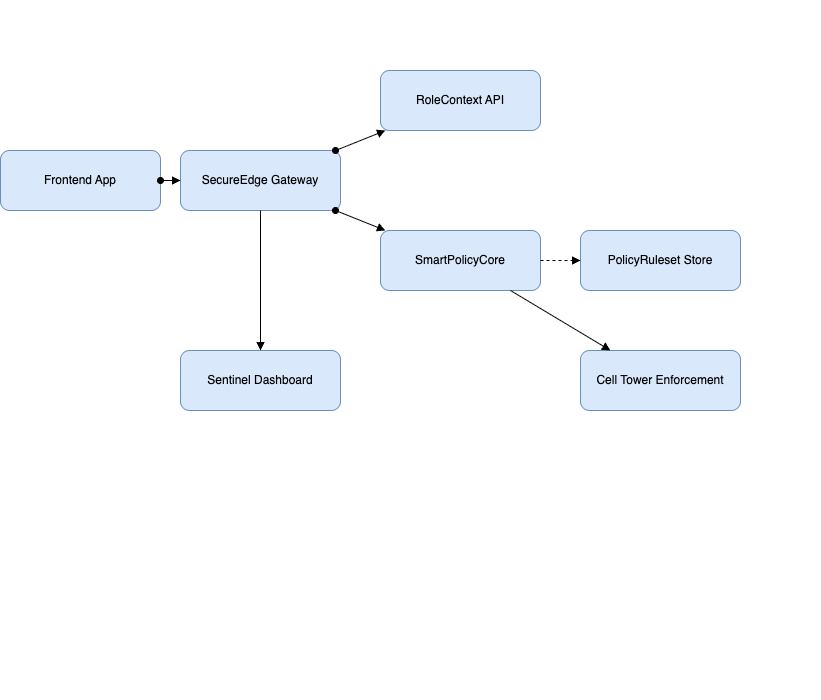
jshah99/intelligent-network-access keeps this draw.io diagram as telecom-mission-control-ui/architecture/data-flows/policy-reactor/policy-reactor.png. Above is the earlier version. Source tidied: cells renumbered, new cells last; positions are measured from the earlier drawing's top-left corner, leaving out a move shared by most shapes. Source of this version:
```xml
<mxGraphModel>
  <root>
    <mxCell id="0" />
    <mxCell id="1" parent="0" />
    <mxCell id="2" value="&#10;&#10;&#10;&#10;&#10;&#10;&#10;&#10;&#10;&#10;&#10;&#10;&#10;&#10;&#10;&#10;&#10;&#10;&#10;&#10;&#10;&#10;&#10;&#10;&#10;&#10;&#10;&#10;" style="text;whiteSpace=wrap;html=1;" parent="1" vertex="1">
      <mxGeometry x="790" width="30" height="430" as="geometry" />
    </mxCell>
    <mxCell id="3" value="&#10;&#10;&#10;&#10;&#10;&#10;&#10;&#10;&#10;&#10;&#10;&#10;&#10;&#10;&#10;&#10;&#10;&#10;&#10;&#10;&#10;&#10;&#10;&#10;&#10;&#10;&#10;&#10;" style="text;whiteSpace=wrap;html=1;" parent="1" vertex="1">
      <mxGeometry x="280" y="20" width="130" height="430" as="geometry" />
    </mxCell>
    <mxCell id="4" value="&#10;&#10;&#10;&#10;&#10;&#10;&#10;&#10;&#10;&#10;&#10;&#10;&#10;&#10;&#10;&#10;&#10;&#10;&#10;&#10;&#10;&#10;&#10;&#10;&#10;&#10;&#10;&#10;" style="text;whiteSpace=wrap;html=1;" parent="1" vertex="1">
      <mxGeometry x="680" y="270" width="30" height="430" as="geometry" />
    </mxCell>
    <mxCell id="5" value="Frontend App" style="shape=rectangle;whiteSpace=wrap;html=1;rounded=1;fillColor=#DAE8FC;strokeColor=#6C8EBF;" parent="1" vertex="1">
      <mxGeometry y="150" width="160" height="60" as="geometry" />
    </mxCell>
    <mxCell id="6" value="SecureEdge Gateway" style="shape=rectangle;whiteSpace=wrap;html=1;rounded=1;fillColor=#DAE8FC;strokeColor=#6C8EBF;" parent="1" vertex="1">
      <mxGeometry x="180" y="150" width="160" height="60" as="geometry" />
    </mxCell>
    <mxCell id="7" value="RoleContext API" style="shape=rectangle;whiteSpace=wrap;html=1;rounded=1;fillColor=#DAE8FC;strokeColor=#6C8EBF;" parent="1" vertex="1">
      <mxGeometry x="380" y="70" width="160" height="60" as="geometry" />
    </mxCell>
    <mxCell id="8" value="SmartPolicyCore" style="shape=rectangle;whiteSpace=wrap;html=1;rounded=1;fillColor=#DAE8FC;strokeColor=#6C8EBF;" parent="1" vertex="1">
      <mxGeometry x="380" y="230" width="160" height="60" as="geometry" />
    </mxCell>
    <mxCell id="9" value="PolicyRuleset Store" style="shape=rectangle;whiteSpace=wrap;html=1;rounded=1;fillColor=#DAE8FC;strokeColor=#6C8EBF;" parent="1" vertex="1">
      <mxGeometry x="580" y="230" width="160" height="60" as="geometry" />
    </mxCell>
    <mxCell id="10" value="Cell Tower Enforcement" style="shape=rectangle;whiteSpace=wrap;html=1;rounded=1;fillColor=#DAE8FC;strokeColor=#6C8EBF;" parent="1" vertex="1">
      <mxGeometry x="580" y="350" width="160" height="60" as="geometry" />
    </mxCell>
    <mxCell id="11" value="Sentinel Dashboard" style="shape=rectangle;whiteSpace=wrap;html=1;rounded=1;fillColor=#DAE8FC;strokeColor=#6C8EBF;" parent="1" vertex="1">
      <mxGeometry x="180" y="350" width="160" height="60" as="geometry" />
    </mxCell>
    <mxCell id="12" style="endArrow=block;startArrow=oval;html=1;" parent="1" edge="1" source="5" target="6">
      <mxGeometry relative="1" as="geometry" />
    </mxCell>
    <mxCell id="13" style="endArrow=block;startArrow=oval;html=1;" parent="1" edge="1" source="6" target="7">
      <mxGeometry relative="1" as="geometry" />
    </mxCell>
    <mxCell id="14" style="endArrow=block;startArrow=oval;html=1;" parent="1" edge="1" source="6" target="8">
      <mxGeometry relative="1" as="geometry" />
    </mxCell>
    <mxCell id="15" style="endArrow=block;html=1;dashed=1;strokeColor=#000000;" parent="1" edge="1" source="8" target="9">
      <mxGeometry relative="1" as="geometry" />
    </mxCell>
    <mxCell id="16" style="endArrow=block;html=1;" parent="1" edge="1" source="8" target="10">
      <mxGeometry relative="1" as="geometry" />
    </mxCell>
    <mxCell id="17" style="endArrow=block;html=1;" parent="1" edge="1" source="6" target="11">
      <mxGeometry relative="1" as="geometry" />
    </mxCell>
  </root>
</mxGraphModel>
```
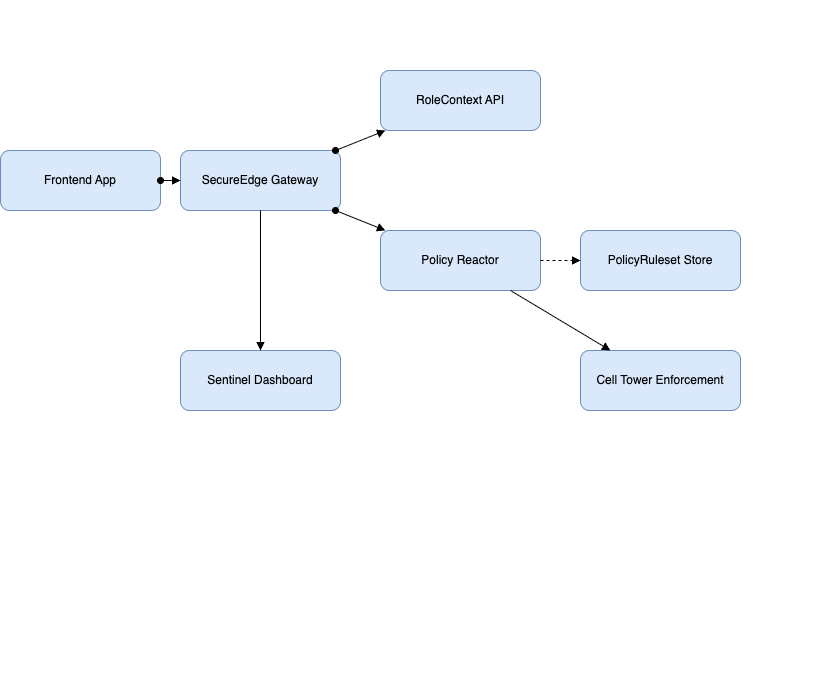
After the change.

Change to the diagram source:
```diff
@@ -20,9 +20,9 @@
     <mxCell id="7" value="RoleContext API" style="shape=rectangle;whiteSpace=wrap;html=1;rounded=1;fillColor=#DAE8FC;strokeColor=#6C8EBF;" parent="1" vertex="1">
       <mxGeometry x="380" y="70" width="160" height="60" as="geometry" />
     </mxCell>
-    <mxCell id="8" value="SmartPolicyCore" style="shape=rectangle;whiteSpace=wrap;html=1;rounded=1;fillColor=#DAE8FC;strokeColor=#6C8EBF;" parent="1" vertex="1">
-      <mxGeometry x="380" y="230" width="160" height="60" as="geometry" />
-    </mxCell>
+    <mxCell id="18" value="Policy Reactor" style="shape=rectangle;whiteSpace=wrap;html=1;rounded=1;fillColor=#DAE8FC;strokeColor=#6C8EBF;" parent="1" vertex="1">
+      <mxGeometry x="380" y="230" width="160" height="60" as="geometry" />
+    </mxCell>
     <mxCell id="9" value="PolicyRuleset Store" style="shape=rectangle;whiteSpace=wrap;html=1;rounded=1;fillColor=#DAE8FC;strokeColor=#6C8EBF;" parent="1" vertex="1">
       <mxGeometry x="580" y="230" width="160" height="60" as="geometry" />
     </mxCell>
@@ -38,15 +38,15 @@
     <mxCell id="13" style="endArrow=block;startArrow=oval;html=1;" parent="1" edge="1" source="6" target="7">
       <mxGeometry relative="1" as="geometry" />
     </mxCell>
-    <mxCell id="14" style="endArrow=block;startArrow=oval;html=1;" parent="1" edge="1" source="6" target="8">
-      <mxGeometry relative="1" as="geometry" />
-    </mxCell>
-    <mxCell id="15" style="endArrow=block;html=1;dashed=1;strokeColor=#000000;" parent="1" edge="1" source="8" target="9">
-      <mxGeometry relative="1" as="geometry" />
-    </mxCell>
-    <mxCell id="16" style="endArrow=block;html=1;" parent="1" edge="1" source="8" target="10">
-      <mxGeometry relative="1" as="geometry" />
-    </mxCell>
+    <mxCell id="19" style="endArrow=block;startArrow=oval;html=1;" parent="1" edge="1" source="6" target="18">
+      <mxGeometry relative="1" as="geometry" />
+    </mxCell>
+    <mxCell id="20" style="endArrow=block;html=1;dashed=1;strokeColor=#000000;" parent="1" edge="1" source="18" target="9">
+      <mxGeometry relative="1" as="geometry" />
+    </mxCell>
+    <mxCell id="21" style="endArrow=block;html=1;" parent="1" edge="1" source="18" target="10">
+      <mxGeometry relative="1" as="geometry" />
+    </mxCell>
     <mxCell id="17" style="endArrow=block;html=1;" parent="1" edge="1" source="6" target="11">
       <mxGeometry relative="1" as="geometry" />
     </mxCell>
```
